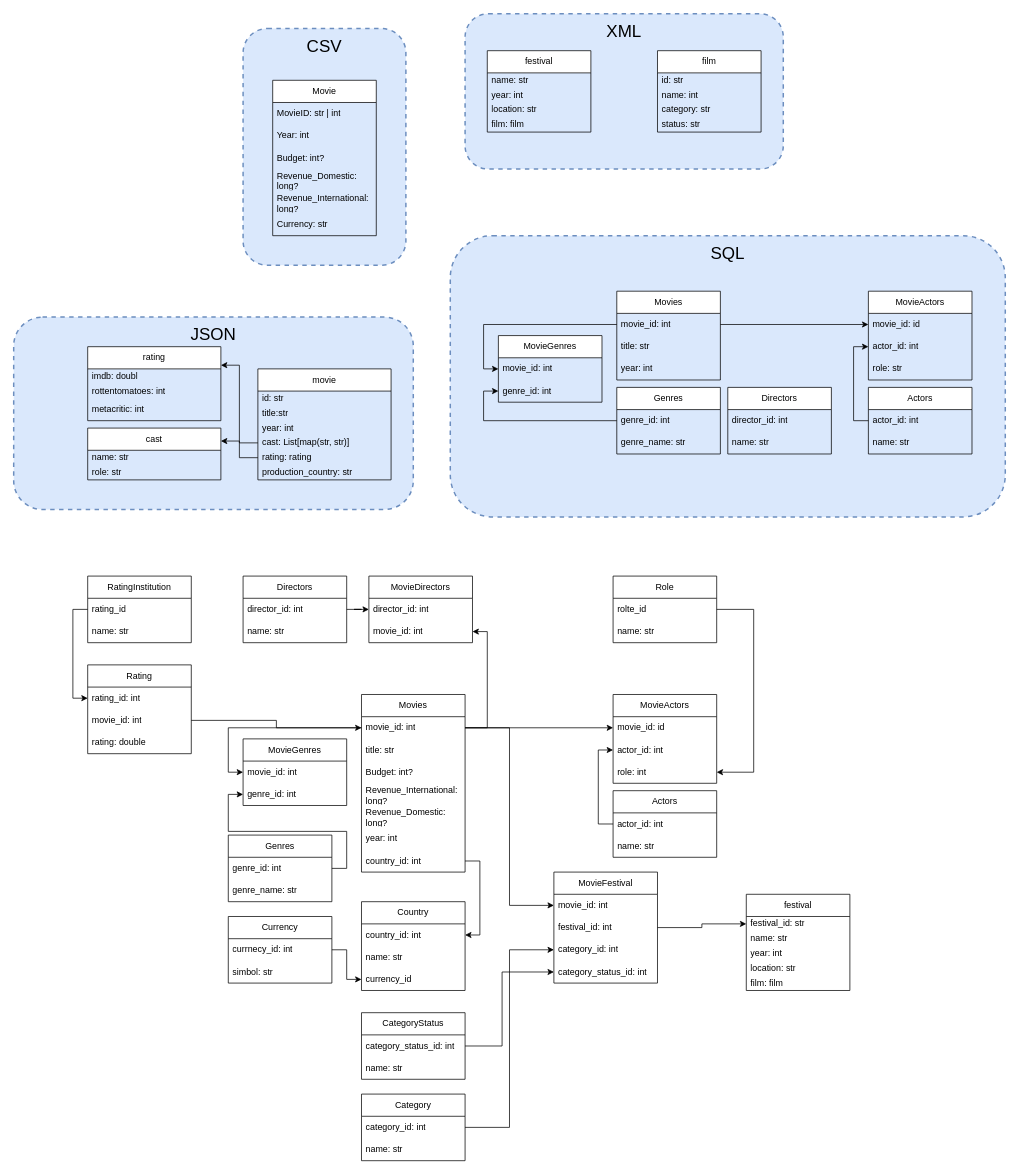
Earlier version of the draw.io diagram Data/RBZ-Projekt.drawio (JonasNapierski/RBZ-Projekt). Source tidied: cells renumbered, new cells numbered last; positions are measured from the earlier drawing's top-left corner, leaving out a move shared by most shapes. Both pictures are drawn from the tidied source at 74%, with x=0, y=0 at pixel (13, 13).
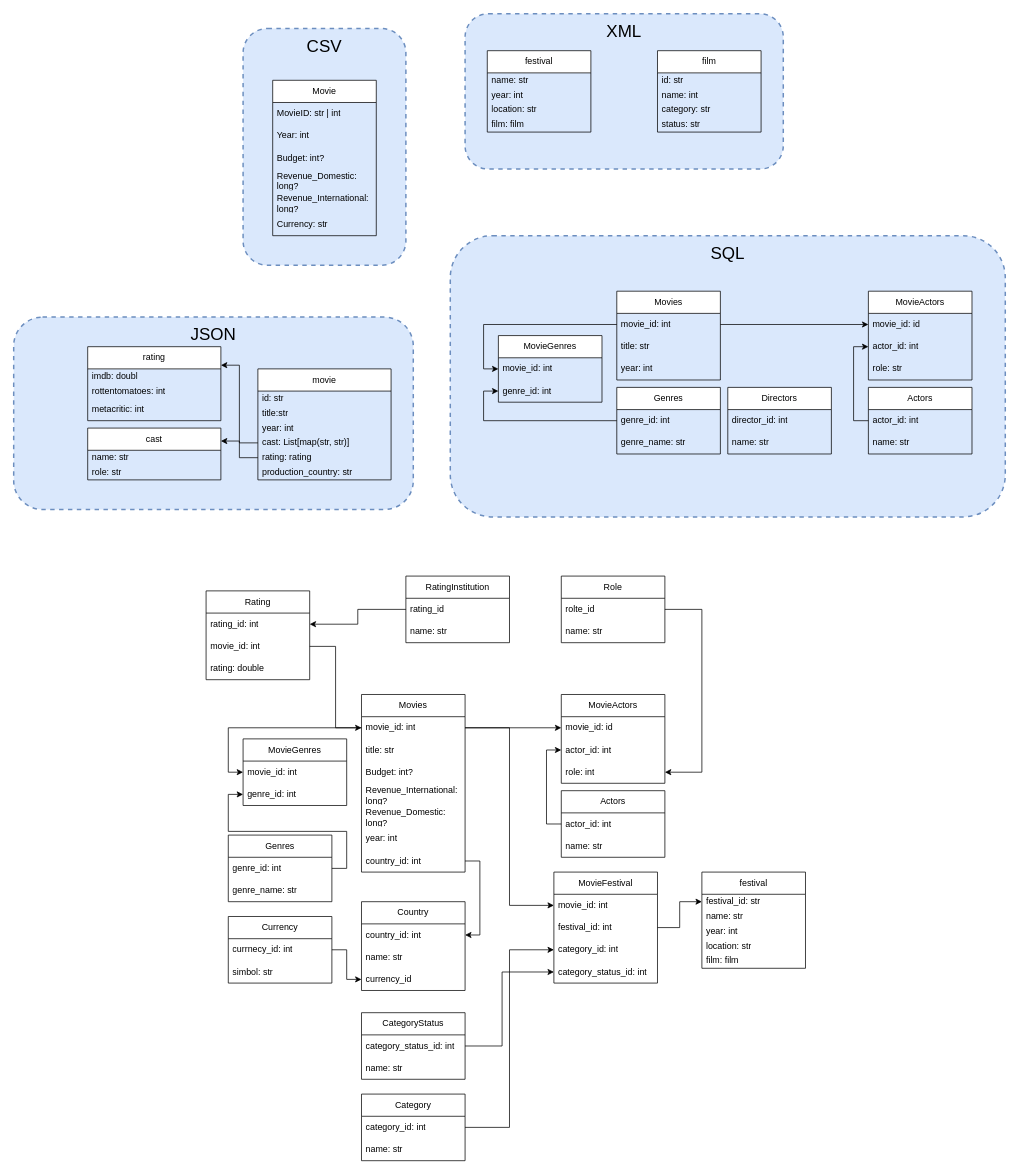
Above is the later version.

Unchanged cells that the change refers to:
```xml
<mxCell id="59" value="movie_id: int" style="text;strokeColor=none;fillColor=none;align=left;verticalAlign=middle;spacingLeft=4;spacingRight=4;overflow=hidden;points=[[0,0.5],[1,0.5]];portConstraint=eastwest;whiteSpace=wrap;html=1;" parent="58" vertex="1">
  <mxGeometry y="30" width="140" height="30" as="geometry" />
</mxCell>
<mxCell id="75" value="role: int" style="text;strokeColor=none;fillColor=none;align=left;verticalAlign=middle;spacingLeft=4;spacingRight=4;overflow=hidden;points=[[0,0.5],[1,0.5]];portConstraint=eastwest;whiteSpace=wrap;html=1;" parent="72" vertex="1">
  <mxGeometry y="90" width="140" height="30" as="geometry" />
</mxCell>
<mxCell id="101" value="rating_id" style="text;strokeColor=none;fillColor=none;align=left;verticalAlign=middle;spacingLeft=4;spacingRight=4;overflow=hidden;points=[[0,0.5],[1,0.5]];portConstraint=eastwest;whiteSpace=wrap;html=1;" parent="100" vertex="1">
  <mxGeometry y="30" width="140" height="30" as="geometry" />
</mxCell>
<mxCell id="104" value="rating_id: int" style="text;strokeColor=none;fillColor=none;align=left;verticalAlign=middle;spacingLeft=4;spacingRight=4;overflow=hidden;points=[[0,0.5],[1,0.5]];portConstraint=eastwest;whiteSpace=wrap;html=1;" parent="103" vertex="1">
  <mxGeometry y="30" width="140" height="30" as="geometry" />
</mxCell>
```

Change to the diagram source:
```diff
@@
-    <mxCell id="66" value="Directors" style="swimlane;fontStyle=0;horizontal=1;startSize=30;whiteSpace=wrap;html=1;" parent="1" vertex="1">
-      <mxGeometry x="310" y="760" width="140" height="90" as="geometry" />
-    </mxCell>
-    <mxCell id="67" value="director_id: int" style="text;strokeColor=none;fillColor=none;align=left;verticalAlign=middle;spacingLeft=4;spacingRight=4;overflow=hidden;points=[[0,0.5],[1,0.5]];portConstraint=eastwest;whiteSpace=wrap;html=1;" parent="66" vertex="1">
-      <mxGeometry y="30" width="140" height="30" as="geometry" />
-    </mxCell>
-    <mxCell id="68" value="name: str" style="text;strokeColor=none;fillColor=none;align=left;verticalAlign=middle;spacingLeft=4;spacingRight=4;overflow=hidden;whiteSpace=wrap;html=1;" parent="66" vertex="1">
-      <mxGeometry y="60" width="140" height="30" as="geometry" />
-    </mxCell>
     <mxCell id="69" value="Actors" style="swimlane;fontStyle=0;horizontal=1;startSize=30;whiteSpace=wrap;html=1;" parent="1" vertex="1">
-      <mxGeometry x="810" y="1050" width="140" height="90" as="geometry" />
+      <mxGeometry x="740" y="1050" width="140" height="90" as="geometry" />
     </mxCell>
@@
     <mxCell id="72" value="MovieActors" style="swimlane;fontStyle=0;horizontal=1;startSize=30;whiteSpace=wrap;html=1;" parent="1" vertex="1">
-      <mxGeometry x="810" y="920" width="140" height="120" as="geometry" />
+      <mxGeometry x="740" y="920" width="140" height="120" as="geometry" />
     </mxCell>
@@
     <mxCell id="86" style="edgeStyle=orthogonalEdgeStyle;rounded=0;jettySize=auto;html=1;entryX=1;entryY=0.5;entryDx=0;entryDy=0;" parent="1" edge="1" source="87" target="75">
       <mxGeometry relative="1" as="geometry">
         <Array as="points">
-          <mxPoint x="1000" y="805" />
-          <mxPoint x="1000" y="1025" />
+          <mxPoint x="930" y="805" />
+          <mxPoint x="930" y="1025" />
         </Array>
       </mxGeometry>
     </mxCell>
     <mxCell id="87" value="Role" style="swimlane;fontStyle=0;horizontal=1;startSize=30;whiteSpace=wrap;html=1;" parent="1" vertex="1">
-      <mxGeometry x="810" y="760" width="140" height="90" as="geometry" />
+      <mxGeometry x="740" y="760" width="140" height="90" as="geometry" />
     </mxCell>
@@
-    <mxCell id="90" value="MovieDirectors" style="swimlane;fontStyle=0;horizontal=1;startSize=30;whiteSpace=wrap;html=1;" parent="1" vertex="1">
-      <mxGeometry x="480" y="760" width="140" height="90" as="geometry" />
-    </mxCell>
-    <mxCell id="91" value="director_id: int" style="text;strokeColor=none;fillColor=none;align=left;verticalAlign=middle;spacingLeft=4;spacingRight=4;overflow=hidden;points=[[0,0.5],[1,0.5]];portConstraint=eastwest;whiteSpace=wrap;html=1;" parent="90" vertex="1">
-      <mxGeometry y="30" width="140" height="30" as="geometry" />
-    </mxCell>
-    <mxCell id="92" value="movie_id: int" style="text;strokeColor=none;fillColor=none;align=left;verticalAlign=middle;spacingLeft=4;spacingRight=4;overflow=hidden;points=[[0,0.5],[1,0.5]];portConstraint=eastwest;whiteSpace=wrap;html=1;" parent="90" vertex="1">
-      <mxGeometry y="60" width="140" height="30" as="geometry" />
-    </mxCell>
-    <mxCell id="93" style="edgeStyle=orthogonalEdgeStyle;rounded=0;jettySize=auto;html=1;entryX=1;entryY=0.5;entryDx=0;entryDy=0;" parent="1" edge="1" source="59" target="92">
-      <mxGeometry relative="1" as="geometry">
-        <Array as="points">
-          <mxPoint x="640" y="965" />
-          <mxPoint x="640" y="835" />
-        </Array>
-      </mxGeometry>
-    </mxCell>
-    <mxCell id="94" style="edgeStyle=orthogonalEdgeStyle;rounded=0;jettySize=auto;html=1;entryX=0;entryY=0.5;entryDx=0;entryDy=0;" parent="1" edge="1" source="67" target="91">
-      <mxGeometry relative="1" as="geometry" />
-    </mxCell>
@@
     <mxCell id="100" value="RatingInstitution" style="swimlane;fontStyle=0;horizontal=1;startSize=30;whiteSpace=wrap;html=1;" parent="1" vertex="1">
-      <mxGeometry x="100" y="760" width="140" height="90" as="geometry" />
+      <mxGeometry x="530" y="760" width="140" height="90" as="geometry" />
     </mxCell>
@@
     <mxCell id="103" value="Rating" style="swimlane;fontStyle=0;horizontal=1;startSize=30;whiteSpace=wrap;html=1;" parent="1" vertex="1">
-      <mxGeometry x="100" y="880" width="140" height="120" as="geometry" />
+      <mxGeometry x="260" y="780" width="140" height="120" as="geometry" />
     </mxCell>
@@
-    <mxCell id="108" style="edgeStyle=orthogonalEdgeStyle;rounded=0;jettySize=auto;html=1;entryX=0;entryY=0.5;entryDx=0;entryDy=0;" parent="1" edge="1" source="101" target="104">
-      <mxGeometry relative="1" as="geometry" />
-    </mxCell>
@@
     <mxCell id="118" value="festival" style="swimlane;fontStyle=0;horizontal=1;startSize=30;whiteSpace=wrap;html=1;" parent="1" vertex="1">
-      <mxGeometry x="990" y="1190" width="140" height="130" as="geometry" />
+      <mxGeometry x="930" y="1160" width="140" height="130" as="geometry" />
     </mxCell>
@@
+    <mxCell id="108" style="edgeStyle=orthogonalEdgeStyle;rounded=0;jettySize=auto;html=1;entryX=1;entryY=0.5;entryDx=0;entryDy=0;" parent="1" edge="1" source="101" target="104">
+      <mxGeometry relative="1" as="geometry" />
+    </mxCell>
```
